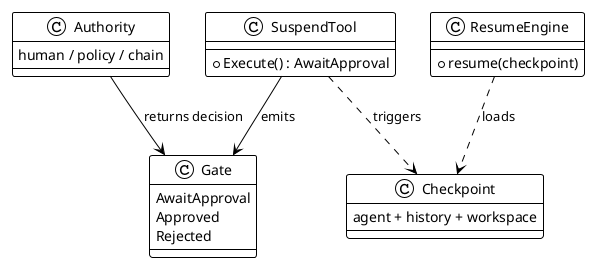
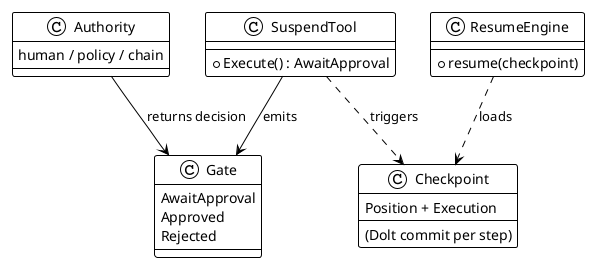
@startuml
!theme plain

class Gate {
  AwaitApproval
  Approved
  Rejected
}

class Checkpoint {
-   agent + history + workspace
+   Position + Execution
+   (Dolt commit per step)
}

class Authority {
  human / policy / chain
}

class SuspendTool {
  +Execute() : AwaitApproval
}

class ResumeEngine {
  +resume(checkpoint)
}

SuspendTool --> Gate : emits
SuspendTool ..> Checkpoint : triggers
Authority --> Gate : returns decision
ResumeEngine ..> Checkpoint : loads
@enduml
